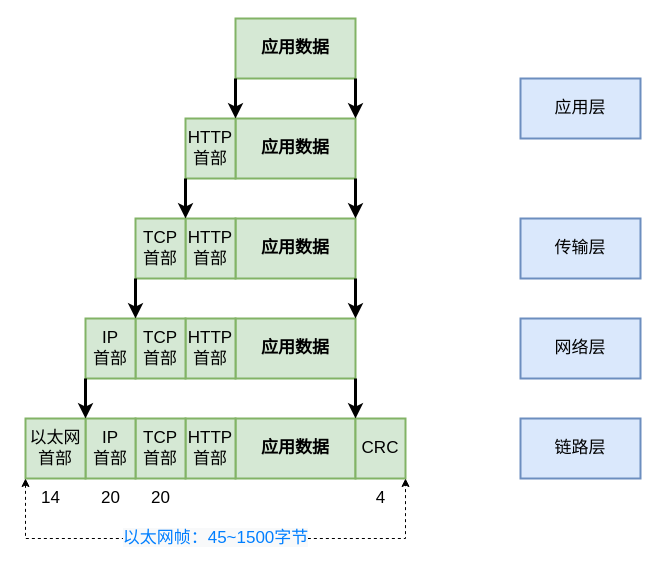
This is page "网络数据包" (1 of 3) of _media/drawio/TCP3次握手4次挥手.drawio from Jxrory/Jxrory.github.io, a draw.io file, before an edit. Source tidied: cells renumbered, new cells numbered last; positions are measured from the earlier drawing's top-left corner, leaving out a move shared by most shapes. Both pictures are drawn from the tidied source at 100%, with x=0, y=0 at pixel (25, 18).
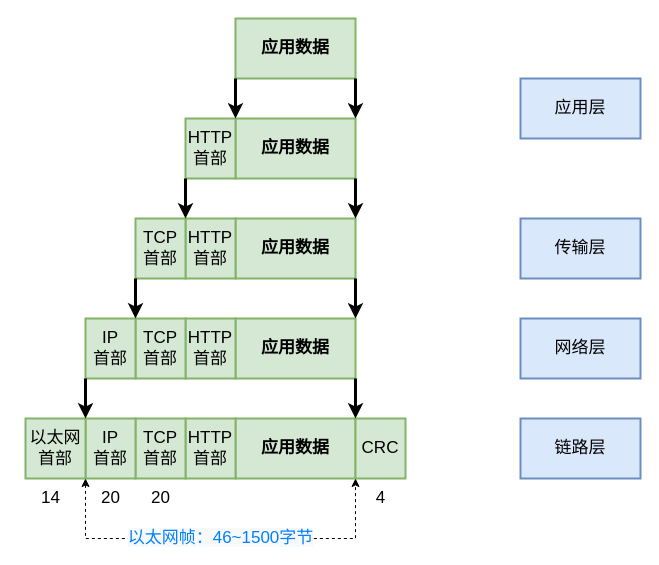
The same diagram, later.

Commit message (it also covers changes not shown here):
数据报格式错误

The change refers to these unchanged cells:
```xml
<mxCell id="24" value="以太网&lt;br&gt;首部" style="rounded=0;whiteSpace=wrap;html=1;fontSize=17;fillColor=#d5e8d4;strokeColor=#82b366;strokeWidth=2;" parent="17" vertex="1">
  <mxGeometry x="-10" width="60" height="60" as="geometry" />
</mxCell>
<mxCell id="25" value="CRC" style="rounded=0;whiteSpace=wrap;html=1;fontSize=17;fillColor=#d5e8d4;strokeColor=#82b366;strokeWidth=2;" parent="1" vertex="1">
  <mxGeometry x="330" y="400" width="50" height="60" as="geometry" />
</mxCell>
```

Change to the diagram source:
```diff
@@
-    <mxCell id="42" value="&lt;span style=&quot;background-color: rgb(248 , 249 , 250)&quot;&gt;以太网帧：45~1500字节&lt;/span&gt;" style="endArrow=classic;startArrow=classic;html=1;strokeWidth=1;fontSize=17;fontColor=#007FFF;entryX=1;entryY=1;entryDx=0;entryDy=0;exitX=0;exitY=1;exitDx=0;exitDy=0;rounded=0;dashed=1;" parent="1" edge="1" source="24" target="25">
+    <mxCell id="42" value="&lt;span style=&quot;background-color: rgb(248 , 249 , 250)&quot;&gt;以太网帧：46~1500字节&lt;/span&gt;" style="endArrow=classic;startArrow=classic;html=1;strokeWidth=1;fontSize=17;fontColor=#007FFF;entryX=0;entryY=1;entryDx=0;entryDy=0;exitX=1;exitY=1;exitDx=0;exitDy=0;rounded=0;dashed=1;" parent="1" edge="1" source="24" target="25">
       <mxGeometry relative="1" as="geometry">
         <Array as="points">
-          <mxPoint y="520" />
-          <mxPoint x="380" y="520" />
+          <mxPoint x="60" y="520" />
+          <mxPoint x="330" y="520" />
         </Array>
       </mxGeometry>
     </mxCell>
```
